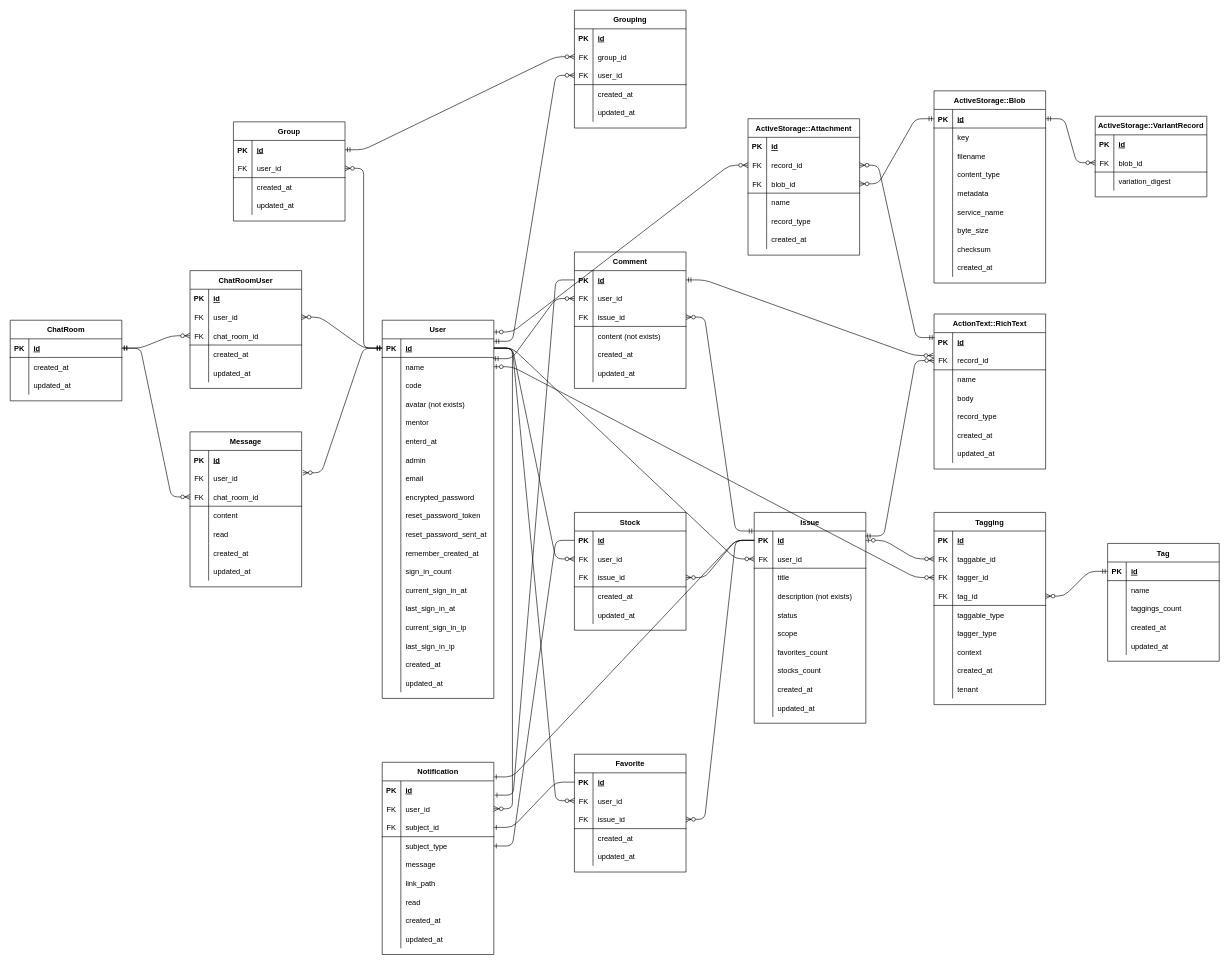
The draw.io diagram RDD/ER.drawio in fumtas1k/issues_app, before the edit. Source tidied: cells renumbered, new cells numbered last; positions are measured from the earlier drawing's top-left corner, leaving out a move shared by most shapes. Both pictures are drawn from the tidied source at 62%, with x=0, y=0 at pixel (10, 10).
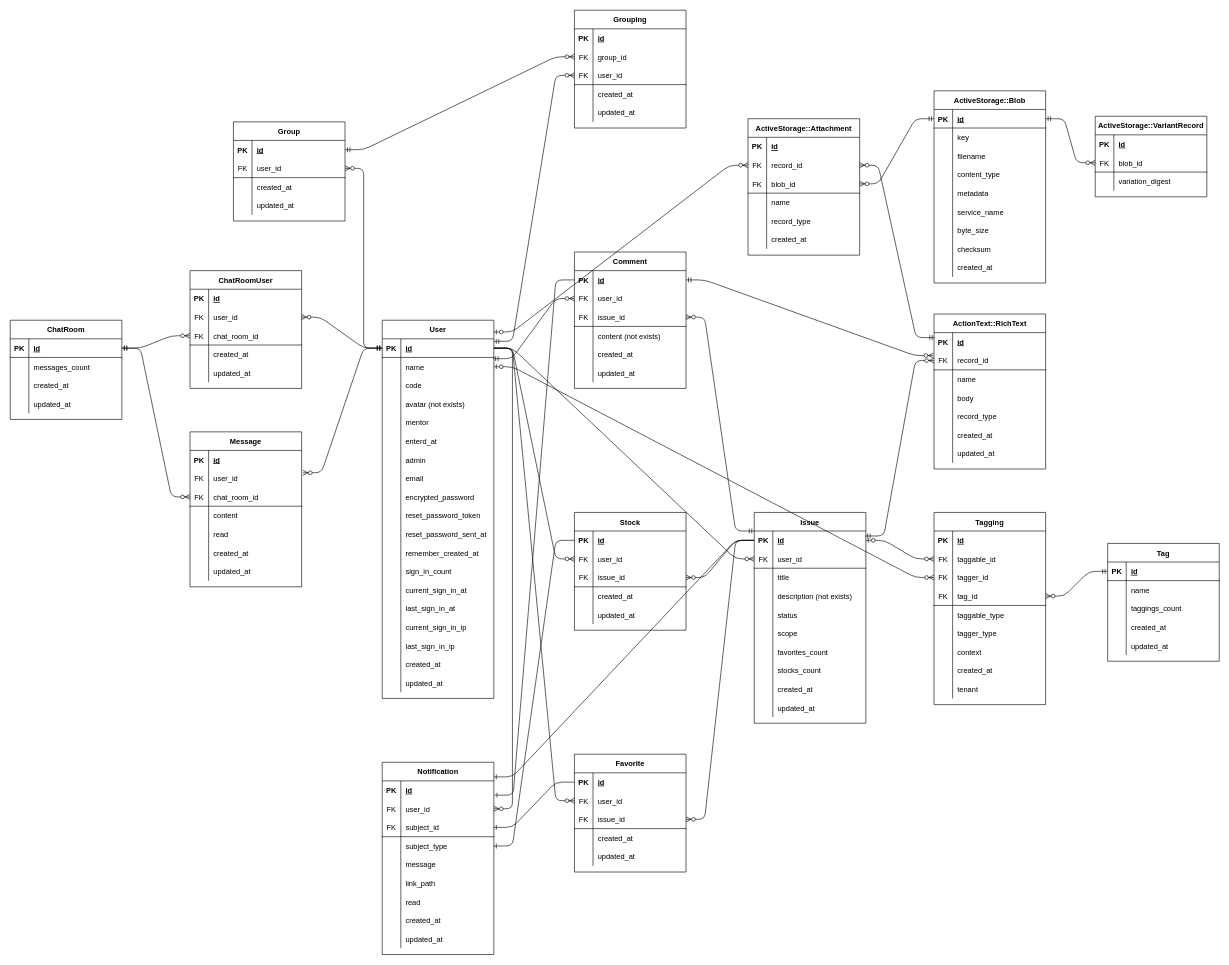
After the change.

Commit message (it also covers changes not shown here):
add:messages_count属性追加

What changed in the source:
```diff
@@
     <mxCell id="362" value="ChatRoom" style="shape=table;startSize=30;childLayout=tableLayout;rowLines=0;fontStyle=1;align=center;" parent="1" vertex="1">
-      <mxGeometry y="500" width="180" height="130" as="geometry" />
+      <mxGeometry y="500" width="180" height="160" as="geometry" />
     </mxCell>
@@
+    <mxCell id="398" style="shape=partialRectangle;fillColor=none;top=0;left=0;bottom=0;right=0;" parent="362" vertex="1">
+      <mxGeometry y="60" width="180" height="30" as="geometry" />
+    </mxCell>
+    <mxCell id="399" style="shape=partialRectangle;fillColor=none;top=0;left=0;bottom=0;right=0;overflow=hidden;" parent="398" vertex="1">
+      <mxGeometry width="30" height="30" as="geometry" />
+    </mxCell>
+    <mxCell id="400" value="messages_count" style="shape=partialRectangle;fillColor=none;top=0;left=0;bottom=0;right=0;align=left;spacingLeft=6;overflow=hidden;" parent="398" vertex="1">
+      <mxGeometry x="30" width="150" height="30" as="geometry" />
+    </mxCell>
     <mxCell id="366" style="shape=partialRectangle;fillColor=none;top=0;left=0;bottom=0;right=0;" parent="362" vertex="1">
-      <mxGeometry y="60" width="180" height="30" as="geometry" />
+      <mxGeometry y="90" width="180" height="30" as="geometry" />
     </mxCell>
@@
     <mxCell id="369" style="shape=partialRectangle;fillColor=none;top=0;left=0;bottom=0;right=0;" parent="362" vertex="1">
-      <mxGeometry y="90" width="180" height="30" as="geometry" />
+      <mxGeometry y="120" width="180" height="30" as="geometry" />
     </mxCell>
```
